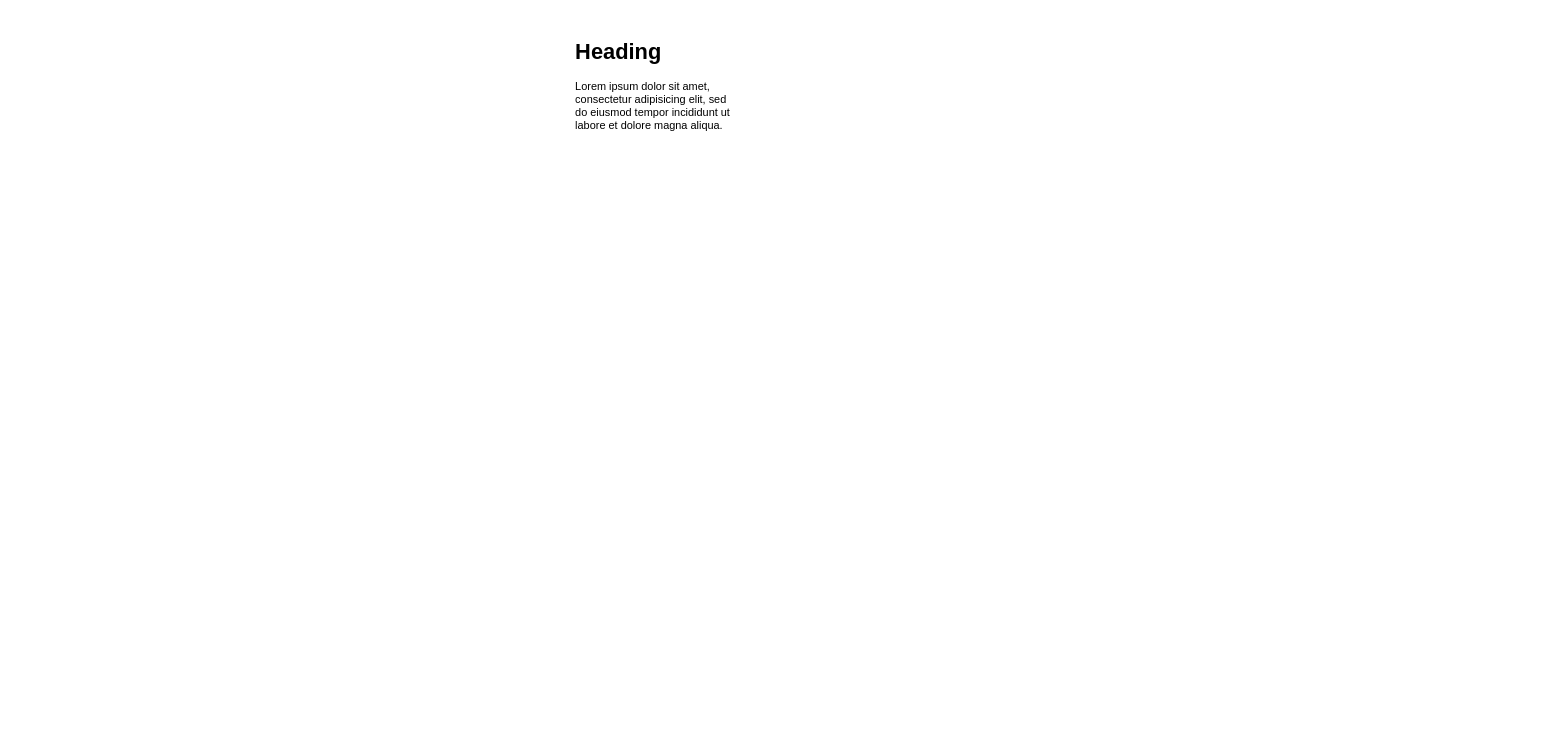
Above: page "메인페이지" (1 of 4) of Untitled Diagram.drawio in YeonwooLee/my-first-blog (draw.io), before the change. Source tidied: cells renumbered, new cells numbered last; positions are measured from the earlier drawing's top-left corner, leaving out a move shared by most shapes. Both pictures are drawn from the tidied source at 91%, with x=0, y=0 at pixel (571, 34).
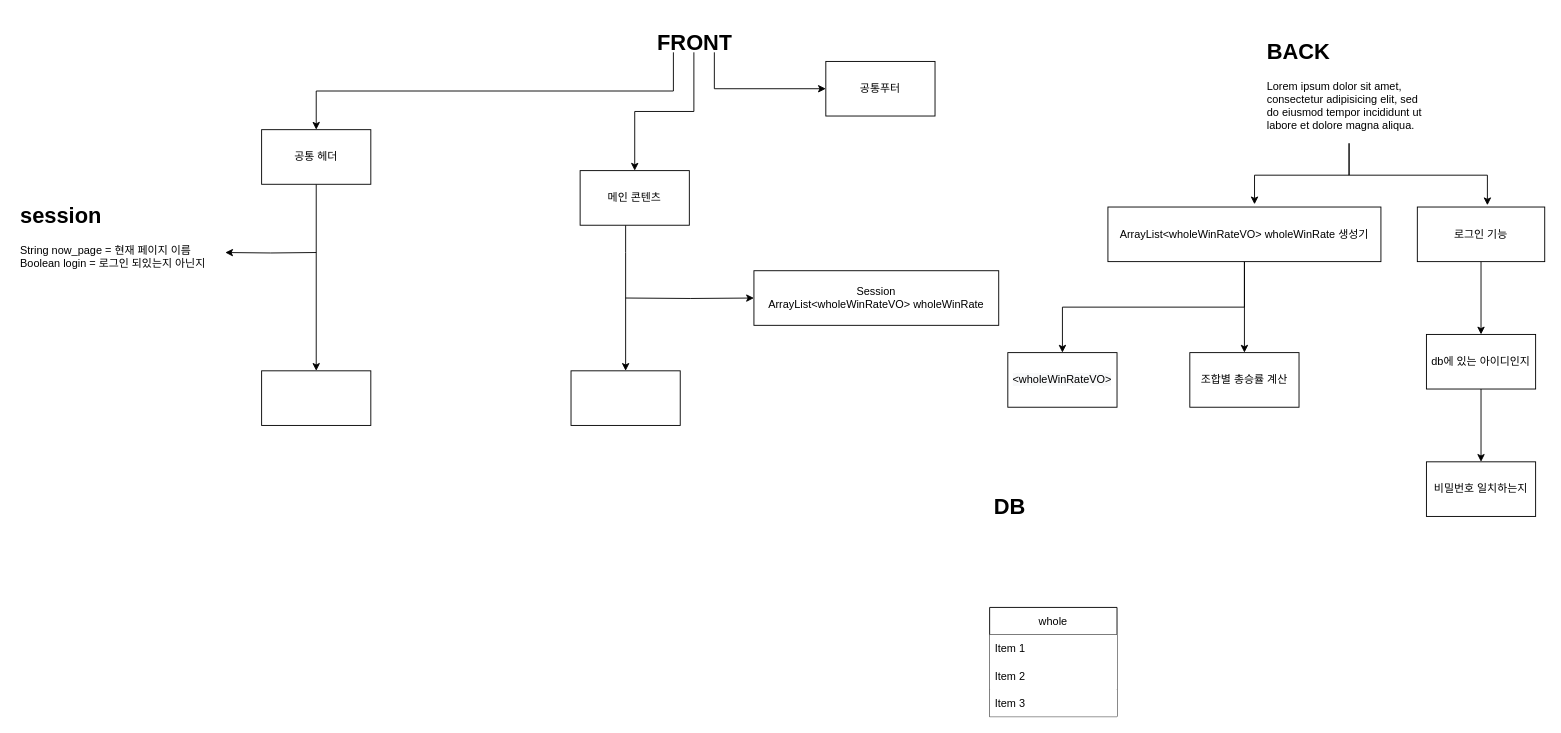
The same diagram, later.

What changed in the source:
```diff
@@
+    <mxCell id="3" style="edgeStyle=orthogonalEdgeStyle;rounded=0;jettySize=auto;html=1;entryX=0.537;entryY=-0.05;entryDx=0;entryDy=0;entryPerimeter=0;" parent="1" edge="1" source="5" target="28">
+      <mxGeometry relative="1" as="geometry" />
+    </mxCell>
+    <mxCell id="4" style="edgeStyle=orthogonalEdgeStyle;rounded=0;jettySize=auto;html=1;entryX=0.55;entryY=-0.033;entryDx=0;entryDy=0;entryPerimeter=0;" parent="1" edge="1" source="5" target="30">
+      <mxGeometry relative="1" as="geometry" />
+    </mxCell>
+    <mxCell id="5" value="&lt;h1&gt;BACK&lt;/h1&gt;&lt;p&gt;Lorem ipsum dolor sit amet, consectetur adipisicing elit, sed do eiusmod tempor incididunt ut labore et dolore magna aliqua.&lt;/p&gt;" style="text;html=1;strokeColor=none;fillColor=none;spacing=5;spacingTop=-20;whiteSpace=wrap;overflow=hidden;rounded=0;" parent="1" vertex="1">
+      <mxGeometry x="760" width="190" height="120" as="geometry" />
+    </mxCell>
+    <mxCell id="6" style="group;" parent="1" vertex="1">
+      <mxGeometry x="460" y="500" width="190" height="250" as="geometry" />
+    </mxCell>
-    <mxCell id="2" value="&lt;h1&gt;Heading&lt;/h1&gt;&lt;p&gt;Lorem ipsum dolor sit amet, consectetur adipisicing elit, sed do eiusmod tempor incididunt ut labore et dolore magna aliqua.&lt;/p&gt;" style="text;html=1;strokeColor=none;fillColor=none;spacing=5;spacingTop=-20;whiteSpace=wrap;overflow=hidden;rounded=0;" parent="1" vertex="1">
+    <mxCell id="2" value="&lt;h1&gt;DB&lt;/h1&gt;&lt;p&gt;&lt;br&gt;&lt;/p&gt;" style="text;html=1;strokeColor=none;fillColor=none;spacing=5;spacingTop=-20;whiteSpace=wrap;overflow=hidden;rounded=0;" parent="6" vertex="1">
       <mxGeometry width="190" height="120" as="geometry" />
     </mxCell>
+    <mxCell id="7" value="whole" style="swimlane;fontStyle=0;horizontal=1;startSize=30;" parent="6" vertex="1">
+      <mxGeometry y="130" width="140" height="120" as="geometry" />
+    </mxCell>
+    <mxCell id="8" value="Item 1" style="text;strokeColor=none;fillColor=default;align=left;verticalAlign=middle;spacingLeft=4;spacingRight=4;overflow=hidden;" parent="7" vertex="1">
+      <mxGeometry y="30" width="140" height="30" as="geometry" />
+    </mxCell>
+    <mxCell id="9" value="Item 2" style="text;strokeColor=none;fillColor=default;align=left;verticalAlign=middle;spacingLeft=4;spacingRight=4;overflow=hidden;" parent="7" vertex="1">
+      <mxGeometry y="60" width="140" height="30" as="geometry" />
+    </mxCell>
+    <mxCell id="10" value="Item 3" style="text;strokeColor=none;fillColor=default;align=left;verticalAlign=middle;spacingLeft=4;spacingRight=4;overflow=hidden;" parent="7" vertex="1">
+      <mxGeometry y="90" width="140" height="30" as="geometry" />
+    </mxCell>
+    <mxCell id="11" style="edgeStyle=orthogonalEdgeStyle;rounded=0;jettySize=auto;html=1;exitX=0.25;exitY=1;exitDx=0;exitDy=0;" parent="1" edge="1" source="14" target="17">
+      <mxGeometry relative="1" as="geometry" />
+    </mxCell>
+    <mxCell id="12" style="edgeStyle=orthogonalEdgeStyle;rounded=0;jettySize=auto;html=1;" parent="1" edge="1" source="14" target="19">
+      <mxGeometry relative="1" as="geometry" />
+    </mxCell>
+    <mxCell id="13" style="edgeStyle=orthogonalEdgeStyle;rounded=0;jettySize=auto;html=1;exitX=0.75;exitY=1;exitDx=0;exitDy=0;entryX=0;entryY=0.5;entryDx=0;entryDy=0;" parent="1" edge="1" source="14" target="20">
+      <mxGeometry relative="1" as="geometry" />
+    </mxCell>
+    <mxCell id="14" value="&lt;h1&gt;FRONT&lt;/h1&gt;" style="text;html=1;strokeColor=none;fillColor=none;spacing=5;spacingTop=-20;whiteSpace=wrap;overflow=hidden;rounded=0;" parent="1" vertex="1">
+      <mxGeometry x="90" y="-10" width="90" height="30" as="geometry" />
+    </mxCell>
+    <mxCell id="15" style="edgeStyle=orthogonalEdgeStyle;rounded=0;jettySize=auto;html=1;" parent="1" edge="1" target="21">
+      <mxGeometry relative="1" as="geometry">
+        <mxPoint x="-280" y="240" as="sourcePoint" />
+      </mxGeometry>
+    </mxCell>
+    <mxCell id="16" style="edgeStyle=orthogonalEdgeStyle;rounded=0;jettySize=auto;html=1;" parent="1" edge="1" source="17" target="22">
+      <mxGeometry relative="1" as="geometry" />
+    </mxCell>
+    <mxCell id="17" value="공통 헤더" style="whiteSpace=wrap;html=1;fillColor=default;" parent="1" vertex="1">
+      <mxGeometry x="-340" y="105" width="120" height="60" as="geometry" />
+    </mxCell>
+    <mxCell id="18" style="edgeStyle=orthogonalEdgeStyle;rounded=0;jettySize=auto;html=1;" parent="1" edge="1" source="19" target="24">
+      <mxGeometry relative="1" as="geometry">
+        <Array as="points">
+          <mxPoint x="60" y="240" />
+          <mxPoint x="60" y="240" />
+        </Array>
+      </mxGeometry>
+    </mxCell>
+    <mxCell id="19" value="메인 콘텐츠" style="whiteSpace=wrap;html=1;fillColor=default;" parent="1" vertex="1">
+      <mxGeometry x="10" y="150" width="120" height="60" as="geometry" />
+    </mxCell>
+    <mxCell id="20" value="공통푸터" style="whiteSpace=wrap;html=1;fillColor=default;" parent="1" vertex="1">
+      <mxGeometry x="280" y="30" width="120" height="60" as="geometry" />
+    </mxCell>
+    <mxCell id="21" value="&lt;h1&gt;session&lt;/h1&gt;&lt;div&gt;String now_page = 현재 페이지 이름&lt;/div&gt;&lt;div&gt;Boolean login = 로그인 되있는지 아닌지&lt;/div&gt;" style="text;html=1;strokeColor=none;fillColor=default;spacing=5;spacingTop=-20;whiteSpace=wrap;overflow=hidden;rounded=0;" parent="1" vertex="1">
+      <mxGeometry x="-610" y="180" width="230" height="120" as="geometry" />
+    </mxCell>
+    <mxCell id="22" style="whiteSpace=wrap;html=1;" parent="1" vertex="1">
+      <mxGeometry x="-340" y="370" width="120" height="60" as="geometry" />
+    </mxCell>
+    <mxCell id="23" style="edgeStyle=orthogonalEdgeStyle;rounded=0;jettySize=auto;html=1;" parent="1" edge="1" target="25">
+      <mxGeometry relative="1" as="geometry">
+        <mxPoint x="60" y="290" as="sourcePoint" />
+      </mxGeometry>
+    </mxCell>
+    <mxCell id="24" style="whiteSpace=wrap;html=1;" parent="1" vertex="1">
+      <mxGeometry y="370" width="120" height="60" as="geometry" />
+    </mxCell>
+    <mxCell id="25" value="Session&lt;br&gt;ArrayList&amp;lt;wholeWinRateVO&amp;gt; wholeWinRate" style="whiteSpace=wrap;html=1;" parent="1" vertex="1">
+      <mxGeometry x="201" y="260" width="269" height="60" as="geometry" />
+    </mxCell>
+    <mxCell id="26" style="edgeStyle=orthogonalEdgeStyle;rounded=0;jettySize=auto;html=1;" parent="1" edge="1" source="28" target="34">
+      <mxGeometry relative="1" as="geometry" />
+    </mxCell>
+    <mxCell id="27" style="edgeStyle=orthogonalEdgeStyle;rounded=0;jettySize=auto;html=1;" parent="1" edge="1" source="28" target="35">
+      <mxGeometry relative="1" as="geometry" />
+    </mxCell>
+    <mxCell id="28" value="&lt;span&gt;ArrayList&amp;lt;wholeWinRateVO&amp;gt; wholeWinRate 생성기&lt;/span&gt;" style="rounded=0;whiteSpace=wrap;html=1;fillColor=default;" parent="1" vertex="1">
+      <mxGeometry x="590" y="190" width="300" height="60" as="geometry" />
+    </mxCell>
+    <mxCell id="29" style="edgeStyle=orthogonalEdgeStyle;rounded=0;jettySize=auto;html=1;" parent="1" edge="1" source="30" target="32">
+      <mxGeometry relative="1" as="geometry" />
+    </mxCell>
+    <mxCell id="30" value="&lt;span&gt;로그인 기능&lt;/span&gt;" style="rounded=0;whiteSpace=wrap;html=1;fillColor=default;" parent="1" vertex="1">
+      <mxGeometry x="930" y="190" width="140" height="60" as="geometry" />
+    </mxCell>
+    <mxCell id="31" style="edgeStyle=orthogonalEdgeStyle;rounded=0;jettySize=auto;html=1;" parent="1" edge="1" source="32" target="33">
+      <mxGeometry relative="1" as="geometry" />
+    </mxCell>
+    <mxCell id="32" value="db에 있는 아이디인지" style="whiteSpace=wrap;html=1;rounded=0;" parent="1" vertex="1">
+      <mxGeometry x="940" y="330" width="120" height="60" as="geometry" />
+    </mxCell>
+    <mxCell id="33" value="비밀번호 일치하는지" style="whiteSpace=wrap;html=1;rounded=0;" parent="1" vertex="1">
+      <mxGeometry x="940" y="470" width="120" height="60" as="geometry" />
+    </mxCell>
+    <mxCell id="34" value="&#10;&#10;&lt;span style=&quot;color: rgb(0, 0, 0); font-family: helvetica; font-size: 12px; font-style: normal; font-weight: 400; letter-spacing: normal; text-align: center; text-indent: 0px; text-transform: none; word-spacing: 0px; background-color: rgb(248, 249, 250); display: inline; float: none;&quot;&gt;&amp;lt;wholeWinRateVO&amp;gt;&lt;/span&gt;&#10;&#10;" style="whiteSpace=wrap;html=1;rounded=0;" parent="1" vertex="1">
+      <mxGeometry x="480" y="350" width="120" height="60" as="geometry" />
+    </mxCell>
+    <mxCell id="35" value="조합별 총승률 계산" style="whiteSpace=wrap;html=1;rounded=0;" parent="1" vertex="1">
+      <mxGeometry x="680" y="350" width="120" height="60" as="geometry" />
+    </mxCell>
```
